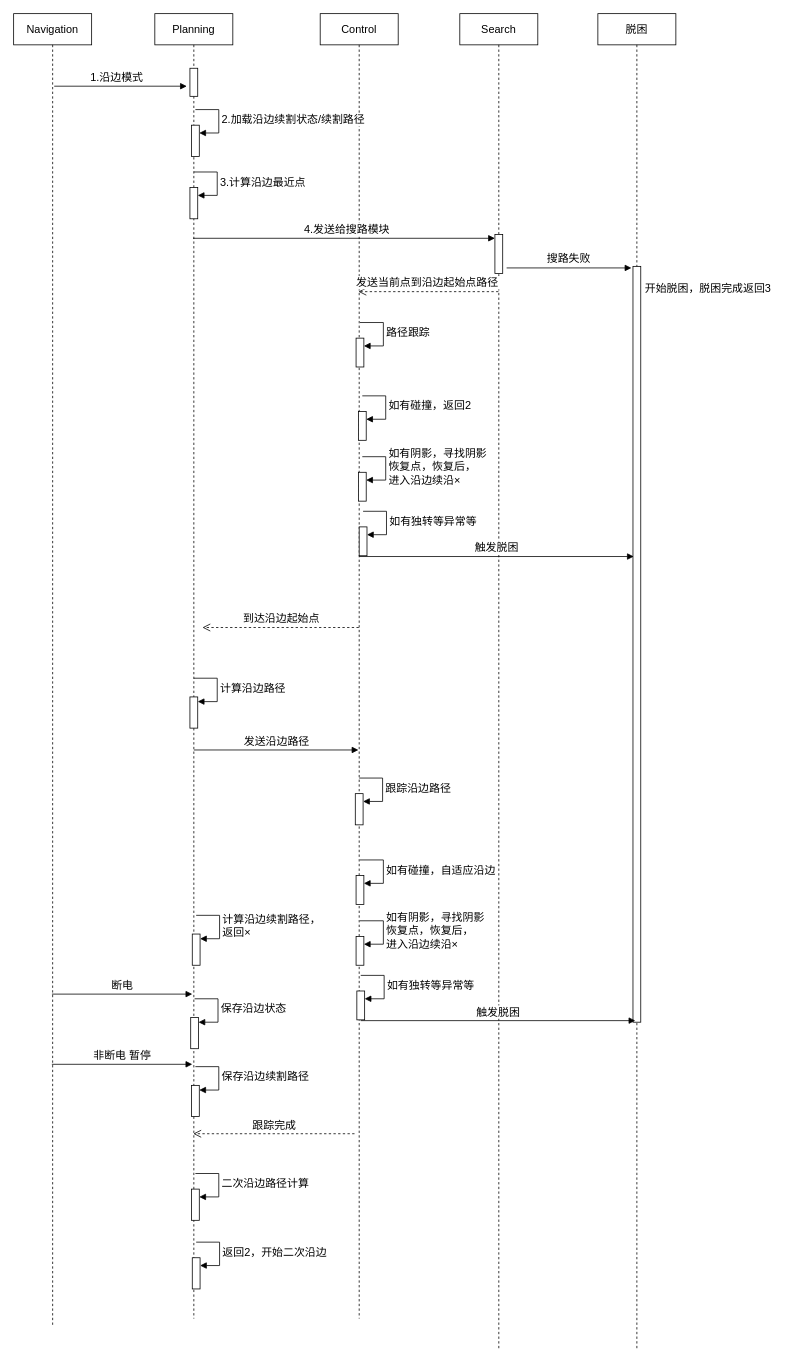
This is rtk_side_run.drawio from Hinson-A/draw.io_file, a draw.io file, before an edit. Source tidied: cells renumbered, new cells numbered last; positions are measured from the earlier drawing's top-left corner, leaving out a move shared by most shapes. Both pictures are drawn from the tidied source at 78%, with x=0, y=0 at pixel (13, 13).
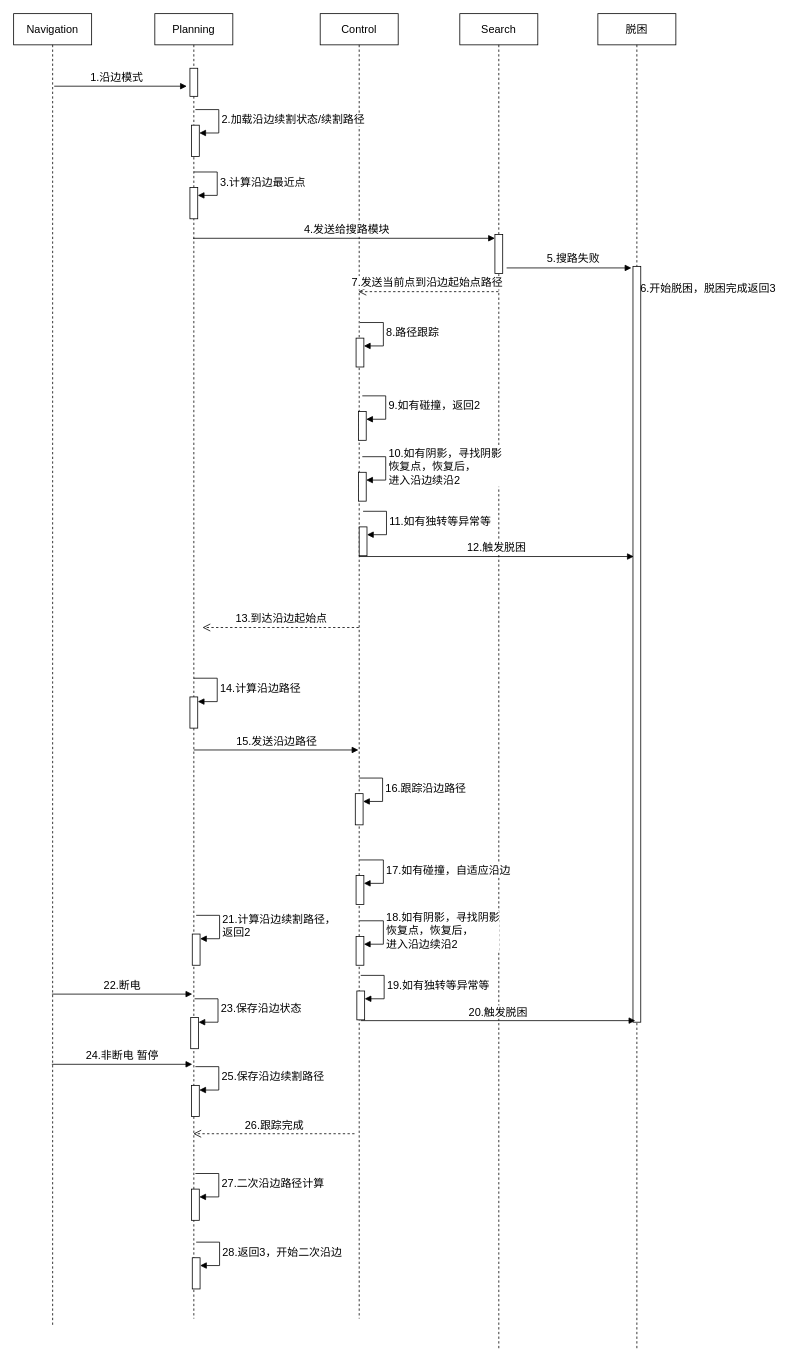
The same diagram, later.

The change refers to these unchanged cells:
```xml
<mxCell id="6" value="Control" style="shape=umlLifeline;perimeter=lifelinePerimeter;whiteSpace=wrap;html=1;newEdgeStyle={&quot;curved&quot;:0,&quot;rounded&quot;:0};fontSize=14;" parent="1" vertex="1">
  <mxGeometry x="393" width="100" height="1673" as="geometry" />
</mxCell>
<mxCell id="7" style="html=1;points=[[0,0,0,0,5],[0,1,0,0,-5],[1,0,0,0,5],[1,1,0,0,-5]];perimeter=orthogonalPerimeter;outlineConnect=0;targetShapes=umlLifeline;portConstraint=eastwest;newEdgeStyle={&quot;curved&quot;:0,&quot;rounded&quot;:0};fontSize=14;" parent="6" vertex="1">
  <mxGeometry x="46" y="416" width="10" height="37" as="geometry" />
</mxCell>
<mxCell id="17" style="endArrow=block;endFill=1;html=1;edgeStyle=orthogonalEdgeStyle;align=left;verticalAlign=top;rounded=0;fontSize=14;" parent="1" edge="1">
  <mxGeometry x="-1" relative="1" as="geometry">
    <mxPoint x="632" y="326" as="sourcePoint" />
    <mxPoint x="792" y="326" as="targetPoint" />
  </mxGeometry>
</mxCell>
<mxCell id="25" style="html=1;points=[[0,0,0,0,5],[0,1,0,0,-5],[1,0,0,0,5],[1,1,0,0,-5]];perimeter=orthogonalPerimeter;outlineConnect=0;targetShapes=umlLifeline;portConstraint=eastwest;newEdgeStyle={&quot;curved&quot;:0,&quot;rounded&quot;:0};fontSize=14;" parent="1" vertex="1">
  <mxGeometry x="438" y="1000" width="10" height="40" as="geometry" />
</mxCell>
<mxCell id="29" style="html=1;points=[[0,0,0,0,5],[0,1,0,0,-5],[1,0,0,0,5],[1,1,0,0,-5]];perimeter=orthogonalPerimeter;outlineConnect=0;targetShapes=umlLifeline;portConstraint=eastwest;newEdgeStyle={&quot;curved&quot;:0,&quot;rounded&quot;:0};fontSize=14;" parent="1" vertex="1">
  <mxGeometry x="228" y="1507" width="10" height="40" as="geometry" />
</mxCell>
<mxCell id="31" style="html=1;points=[[0,0,0,0,5],[0,1,0,0,-5],[1,0,0,0,5],[1,1,0,0,-5]];perimeter=orthogonalPerimeter;outlineConnect=0;targetShapes=umlLifeline;portConstraint=eastwest;newEdgeStyle={&quot;curved&quot;:0,&quot;rounded&quot;:0};fontSize=14;" parent="1" vertex="1">
  <mxGeometry x="229" y="1595" width="10" height="40" as="geometry" />
</mxCell>
<mxCell id="33" style="html=1;points=[[0,0,0,0,5],[0,1,0,0,-5],[1,0,0,0,5],[1,1,0,0,-5]];perimeter=orthogonalPerimeter;outlineConnect=0;targetShapes=umlLifeline;portConstraint=eastwest;newEdgeStyle={&quot;curved&quot;:0,&quot;rounded&quot;:0};fontSize=14;" parent="1" vertex="1">
  <mxGeometry x="439" y="1105" width="10" height="37" as="geometry" />
</mxCell>
<mxCell id="35" style="html=1;points=[[0,0,0,0,5],[0,1,0,0,-5],[1,0,0,0,5],[1,1,0,0,-5]];perimeter=orthogonalPerimeter;outlineConnect=0;targetShapes=umlLifeline;portConstraint=eastwest;newEdgeStyle={&quot;curved&quot;:0,&quot;rounded&quot;:0};fontSize=14;" parent="1" vertex="1">
  <mxGeometry x="439" y="1183" width="10" height="37" as="geometry" />
</mxCell>
<mxCell id="37" style="html=1;points=[[0,0,0,0,5],[0,1,0,0,-5],[1,0,0,0,5],[1,1,0,0,-5]];perimeter=orthogonalPerimeter;outlineConnect=0;targetShapes=umlLifeline;portConstraint=eastwest;newEdgeStyle={&quot;curved&quot;:0,&quot;rounded&quot;:0};fontSize=14;" parent="1" vertex="1">
  <mxGeometry x="440" y="1253" width="10" height="37" as="geometry" />
</mxCell>
<mxCell id="40" style="html=1;points=[[0,0,0,0,5],[0,1,0,0,-5],[1,0,0,0,5],[1,1,0,0,-5]];perimeter=orthogonalPerimeter;outlineConnect=0;targetShapes=umlLifeline;portConstraint=eastwest;newEdgeStyle={&quot;curved&quot;:0,&quot;rounded&quot;:0};fontSize=14;" parent="1" vertex="1">
  <mxGeometry x="442" y="510" width="10" height="37" as="geometry" />
</mxCell>
<mxCell id="42" style="html=1;points=[[0,0,0,0,5],[0,1,0,0,-5],[1,0,0,0,5],[1,1,0,0,-5]];perimeter=orthogonalPerimeter;outlineConnect=0;targetShapes=umlLifeline;portConstraint=eastwest;newEdgeStyle={&quot;curved&quot;:0,&quot;rounded&quot;:0};fontSize=14;" parent="1" vertex="1">
  <mxGeometry x="442" y="588" width="10" height="37" as="geometry" />
</mxCell>
<mxCell id="44" style="html=1;points=[[0,0,0,0,5],[0,1,0,0,-5],[1,0,0,0,5],[1,1,0,0,-5]];perimeter=orthogonalPerimeter;outlineConnect=0;targetShapes=umlLifeline;portConstraint=eastwest;newEdgeStyle={&quot;curved&quot;:0,&quot;rounded&quot;:0};fontSize=14;" parent="1" vertex="1">
  <mxGeometry x="443" y="658" width="10" height="37" as="geometry" />
</mxCell>
```

Diff of the diagram source:
```diff
@@
-    <mxCell id="8" value="路径跟踪" style="html=1;align=left;spacingLeft=2;endArrow=block;rounded=0;edgeStyle=orthogonalEdgeStyle;curved=0;rounded=0;fontSize=14;" parent="6" edge="1" target="7">
+    <mxCell id="8" value="8.路径跟踪" style="html=1;align=left;spacingLeft=2;endArrow=block;rounded=0;edgeStyle=orthogonalEdgeStyle;curved=0;rounded=0;fontSize=14;" parent="6" edge="1" target="7">
       <mxGeometry relative="1" as="geometry">
         <mxPoint x="51" y="396" as="sourcePoint" />
         <Array as="points">
           <mxPoint x="81" y="426" />
         </Array>
       </mxGeometry>
     </mxCell>
@@
-    <mxCell id="18" value="搜路失败" style="edgeLabel;html=1;align=left;verticalAlign=bottom;fontSize=14;" parent="17" vertex="1">
+    <mxCell id="18" value="5.搜路失败" style="edgeLabel;html=1;align=left;verticalAlign=bottom;fontSize=14;" parent="17" vertex="1">
       <mxGeometry x="-1" relative="1" as="geometry">
         <mxPoint x="50" y="-2" as="offset" />
       </mxGeometry>
     </mxCell>
-    <mxCell id="19" value="开始脱困，脱困完成返回3" style="text;html=1;align=center;verticalAlign=middle;strokeColor=none;fillColor=none;fontSize=14;" parent="1" vertex="1">
-      <mxGeometry x="795" y="337" width="190" height="30" as="geometry" />
+    <mxCell id="19" value="6.开始脱困，脱困完成返回3" style="text;html=1;align=center;verticalAlign=middle;strokeColor=none;fillColor=none;fontSize=14;" parent="1" vertex="1">
+      <mxGeometry x="790" y="337" width="200" height="30" as="geometry" />
     </mxCell>
-    <mxCell id="20" value="发送当前点到沿边起始点路径&amp;nbsp;" style="html=1;verticalAlign=bottom;endArrow=open;dashed=1;endSize=8;curved=0;rounded=0;fontSize=14;" parent="1" edge="1">
+    <mxCell id="20" value="7.发送当前点到沿边起始点路径&amp;nbsp;" style="html=1;verticalAlign=bottom;endArrow=open;dashed=1;endSize=8;curved=0;rounded=0;fontSize=14;" parent="1" edge="1">
       <mxGeometry relative="1" as="geometry">
         <mxPoint x="621.5" y="356.4" as="sourcePoint" />
         <mxPoint x="442" y="356.4" as="targetPoint" />
       </mxGeometry>
     </mxCell>
-    <mxCell id="21" value="到达沿边起始点" style="html=1;verticalAlign=bottom;endArrow=open;dashed=1;endSize=8;curved=0;rounded=0;fontSize=14;" parent="1" edge="1">
+    <mxCell id="21" value="13.到达沿边起始点" style="html=1;verticalAlign=bottom;endArrow=open;dashed=1;endSize=8;curved=0;rounded=0;fontSize=14;" parent="1" edge="1">
       <mxGeometry relative="1" as="geometry">
         <mxPoint x="442.5" y="787" as="sourcePoint" />
         <mxPoint x="242" y="787" as="targetPoint" />
       </mxGeometry>
     </mxCell>
@@
-    <mxCell id="23" value="计算沿边路径" style="html=1;align=left;spacingLeft=2;endArrow=block;rounded=0;edgeStyle=orthogonalEdgeStyle;curved=0;rounded=0;fontSize=14;" parent="1" edge="1">
+    <mxCell id="23" value="14.计算沿边路径" style="html=1;align=left;spacingLeft=2;endArrow=block;rounded=0;edgeStyle=orthogonalEdgeStyle;curved=0;rounded=0;fontSize=14;" parent="1" edge="1">
       <mxGeometry relative="1" as="geometry">
         <mxPoint x="231" y="852" as="sourcePoint" />
         <mxPoint x="236" y="882" as="targetPoint" />
         <Array as="points">
           <mxPoint x="261" y="882" />
         </Array>
       </mxGeometry>
     </mxCell>
-    <mxCell id="24" value="发送沿边路径" style="html=1;verticalAlign=bottom;endArrow=block;curved=0;rounded=0;fontSize=14;" parent="1" edge="1">
+    <mxCell id="24" value="15.发送沿边路径" style="html=1;verticalAlign=bottom;endArrow=block;curved=0;rounded=0;fontSize=14;" parent="1" edge="1">
       <mxGeometry relative="1" as="geometry">
         <mxPoint x="231" y="944" as="sourcePoint" />
         <mxPoint x="442" y="944" as="targetPoint" />
       </mxGeometry>
     </mxCell>
@@
-    <mxCell id="26" value="跟踪沿边路径" style="html=1;align=left;spacingLeft=2;endArrow=block;rounded=0;edgeStyle=orthogonalEdgeStyle;curved=0;rounded=0;fontSize=14;" parent="1" edge="1" target="25">
+    <mxCell id="26" value="16.跟踪沿边路径" style="html=1;align=left;spacingLeft=2;endArrow=block;rounded=0;edgeStyle=orthogonalEdgeStyle;curved=0;rounded=0;fontSize=14;" parent="1" edge="1" target="25">
       <mxGeometry relative="1" as="geometry">
         <mxPoint x="443" y="980" as="sourcePoint" />
         <Array as="points">
           <mxPoint x="473" y="1010" />
         </Array>
       </mxGeometry>
     </mxCell>
-    <mxCell id="27" value="跟踪完成" style="html=1;verticalAlign=bottom;endArrow=open;dashed=1;endSize=8;curved=0;rounded=0;fontSize=14;" parent="1" edge="1">
+    <mxCell id="27" value="26.跟踪完成" style="html=1;verticalAlign=bottom;endArrow=open;dashed=1;endSize=8;curved=0;rounded=0;fontSize=14;" parent="1" edge="1">
       <mxGeometry relative="1" as="geometry">
         <mxPoint x="437" y="1436" as="sourcePoint" />
         <mxPoint x="230.3" y="1436" as="targetPoint" />
       </mxGeometry>
     </mxCell>
@@
-    <mxCell id="30" value="二次沿边路径计算" style="html=1;align=left;spacingLeft=2;endArrow=block;rounded=0;edgeStyle=orthogonalEdgeStyle;curved=0;rounded=0;fontSize=14;" parent="1" edge="1" target="29">
+    <mxCell id="30" value="27.二次沿边路径计算" style="html=1;align=left;spacingLeft=2;endArrow=block;rounded=0;edgeStyle=orthogonalEdgeStyle;curved=0;rounded=0;fontSize=14;" parent="1" edge="1" target="29">
       <mxGeometry relative="1" as="geometry">
         <mxPoint x="233" y="1487" as="sourcePoint" />
         <Array as="points">
           <mxPoint x="263" y="1517" />
         </Array>
       </mxGeometry>
     </mxCell>
@@
-    <mxCell id="32" value="返回2，开始二次沿边" style="html=1;align=left;spacingLeft=2;endArrow=block;rounded=0;edgeStyle=orthogonalEdgeStyle;curved=0;rounded=0;fontSize=14;" parent="1" edge="1" target="31">
+    <mxCell id="32" value="28.返回3，开始二次沿边" style="html=1;align=left;spacingLeft=2;endArrow=block;rounded=0;edgeStyle=orthogonalEdgeStyle;curved=0;rounded=0;fontSize=14;" parent="1" edge="1" target="31">
       <mxGeometry relative="1" as="geometry">
         <mxPoint x="234" y="1575" as="sourcePoint" />
         <Array as="points">
           <mxPoint x="264" y="1605" />
         </Array>
       </mxGeometry>
     </mxCell>
@@
-    <mxCell id="34" value="如有碰撞，自适应沿边" style="html=1;align=left;spacingLeft=2;endArrow=block;rounded=0;edgeStyle=orthogonalEdgeStyle;curved=0;rounded=0;fontSize=14;" parent="1" edge="1" target="33">
+    <mxCell id="34" value="17.如有碰撞，自适应沿边" style="html=1;align=left;spacingLeft=2;endArrow=block;rounded=0;edgeStyle=orthogonalEdgeStyle;curved=0;rounded=0;fontSize=14;" parent="1" edge="1" target="33">
       <mxGeometry relative="1" as="geometry">
         <mxPoint x="444" y="1085" as="sourcePoint" />
         <Array as="points">
           <mxPoint x="474" y="1115" />
         </Array>
       </mxGeometry>
     </mxCell>
@@
-    <mxCell id="36" value="如有阴影，寻找阴影&lt;br&gt;恢复点，恢复后，&lt;br&gt;进入沿边续沿×" style="html=1;align=left;spacingLeft=2;endArrow=block;rounded=0;edgeStyle=orthogonalEdgeStyle;curved=0;rounded=0;fontSize=14;" parent="1" edge="1" target="35">
+    <mxCell id="36" value="18.如有阴影，寻找阴影&lt;br&gt;恢复点，恢复后，&lt;br&gt;进入沿边续沿2" style="html=1;align=left;spacingLeft=2;endArrow=block;rounded=0;edgeStyle=orthogonalEdgeStyle;curved=0;rounded=0;fontSize=14;" parent="1" edge="1" target="35">
       <mxGeometry relative="1" as="geometry">
         <mxPoint x="444" y="1163" as="sourcePoint" />
         <Array as="points">
           <mxPoint x="474" y="1193" />
         </Array>
       </mxGeometry>
     </mxCell>
@@
-    <mxCell id="38" value="如有独转等异常等" style="html=1;align=left;spacingLeft=2;endArrow=block;rounded=0;edgeStyle=orthogonalEdgeStyle;curved=0;rounded=0;fontSize=14;" parent="1" edge="1" target="37">
+    <mxCell id="38" value="19.如有独转等异常等" style="html=1;align=left;spacingLeft=2;endArrow=block;rounded=0;edgeStyle=orthogonalEdgeStyle;curved=0;rounded=0;fontSize=14;" parent="1" edge="1" target="37">
       <mxGeometry relative="1" as="geometry">
         <mxPoint x="445" y="1233" as="sourcePoint" />
         <Array as="points">
           <mxPoint x="475" y="1263" />
         </Array>
       </mxGeometry>
     </mxCell>
-    <mxCell id="39" value="触发脱困" style="html=1;verticalAlign=bottom;endArrow=block;curved=0;rounded=0;fontSize=14;" parent="1" edge="1">
+    <mxCell id="39" value="20.触发脱困" style="html=1;verticalAlign=bottom;endArrow=block;curved=0;rounded=0;fontSize=14;" parent="1" edge="1">
       <mxGeometry relative="1" as="geometry">
         <mxPoint x="445" y="1291" as="sourcePoint" />
         <mxPoint x="797" y="1291" as="targetPoint" />
       </mxGeometry>
     </mxCell>
@@
-    <mxCell id="41" value="如有碰撞，返回2" style="html=1;align=left;spacingLeft=2;endArrow=block;rounded=0;edgeStyle=orthogonalEdgeStyle;curved=0;rounded=0;fontSize=14;" parent="1" edge="1" target="40">
+    <mxCell id="41" value="9.如有碰撞，返回2" style="html=1;align=left;spacingLeft=2;endArrow=block;rounded=0;edgeStyle=orthogonalEdgeStyle;curved=0;rounded=0;fontSize=14;" parent="1" edge="1" target="40">
       <mxGeometry relative="1" as="geometry">
         <mxPoint x="447" y="490" as="sourcePoint" />
         <Array as="points">
           <mxPoint x="477" y="520" />
         </Array>
       </mxGeometry>
     </mxCell>
@@
-    <mxCell id="43" value="如有阴影，寻找阴影&lt;br&gt;恢复点，恢复后，&lt;br&gt;进入沿边续沿×" style="html=1;align=left;spacingLeft=2;endArrow=block;rounded=0;edgeStyle=orthogonalEdgeStyle;curved=0;rounded=0;fontSize=14;" parent="1" edge="1" target="42">
+    <mxCell id="43" value="10.如有阴影，寻找阴影&lt;br&gt;恢复点，恢复后，&lt;br&gt;进入沿边续沿2" style="html=1;align=left;spacingLeft=2;endArrow=block;rounded=0;edgeStyle=orthogonalEdgeStyle;curved=0;rounded=0;fontSize=14;" parent="1" edge="1" target="42">
       <mxGeometry relative="1" as="geometry">
         <mxPoint x="447" y="568" as="sourcePoint" />
         <Array as="points">
           <mxPoint x="477" y="598" />
         </Array>
       </mxGeometry>
     </mxCell>
@@
-    <mxCell id="45" value="如有独转等异常等" style="html=1;align=left;spacingLeft=2;endArrow=block;rounded=0;edgeStyle=orthogonalEdgeStyle;curved=0;rounded=0;fontSize=14;" parent="1" edge="1" target="44">
+    <mxCell id="45" value="11.如有独转等异常等" style="html=1;align=left;spacingLeft=2;endArrow=block;rounded=0;edgeStyle=orthogonalEdgeStyle;curved=0;rounded=0;fontSize=14;" parent="1" edge="1" target="44">
       <mxGeometry relative="1" as="geometry">
         <mxPoint x="448" y="638" as="sourcePoint" />
         <Array as="points">
           <mxPoint x="478" y="668" />
         </Array>
       </mxGeometry>
     </mxCell>
-    <mxCell id="46" value="触发脱困" style="html=1;verticalAlign=bottom;endArrow=block;curved=0;rounded=0;fontSize=14;" parent="1" edge="1">
+    <mxCell id="46" value="12.触发脱困" style="html=1;verticalAlign=bottom;endArrow=block;curved=0;rounded=0;fontSize=14;" parent="1" edge="1">
       <mxGeometry relative="1" as="geometry">
         <mxPoint x="443" y="696" as="sourcePoint" />
         <mxPoint x="795" y="696" as="targetPoint" />
       </mxGeometry>
     </mxCell>
@@
-    <mxCell id="48" value="计算沿边续割路径，&lt;br&gt;返回×" style="html=1;align=left;spacingLeft=2;endArrow=block;rounded=0;edgeStyle=orthogonalEdgeStyle;curved=0;rounded=0;fontSize=14;" parent="1" edge="1">
+    <mxCell id="48" value="21.计算沿边续割路径，&lt;br&gt;返回2" style="html=1;align=left;spacingLeft=2;endArrow=block;rounded=0;edgeStyle=orthogonalEdgeStyle;curved=0;rounded=0;fontSize=14;" parent="1" edge="1">
       <mxGeometry relative="1" as="geometry">
         <mxPoint x="234" y="1156" as="sourcePoint" />
         <mxPoint x="239" y="1186" as="targetPoint" />
         <Array as="points">
           <mxPoint x="264" y="1186" />
         </Array>
       </mxGeometry>
     </mxCell>
@@
-    <mxCell id="52" value="保存沿边状态" style="html=1;align=left;spacingLeft=2;endArrow=block;rounded=0;edgeStyle=orthogonalEdgeStyle;curved=0;rounded=0;fontSize=14;" parent="1" edge="1">
+    <mxCell id="52" value="23.保存沿边状态" style="html=1;align=left;spacingLeft=2;endArrow=block;rounded=0;edgeStyle=orthogonalEdgeStyle;curved=0;rounded=0;fontSize=14;" parent="1" edge="1">
       <mxGeometry relative="1" as="geometry">
         <mxPoint x="232" y="1263" as="sourcePoint" />
         <mxPoint x="237" y="1293" as="targetPoint" />
         <Array as="points">
           <mxPoint x="262" y="1293" />
         </Array>
       </mxGeometry>
     </mxCell>
@@
-    <mxCell id="54" value="保存沿边续割路径" style="html=1;align=left;spacingLeft=2;endArrow=block;rounded=0;edgeStyle=orthogonalEdgeStyle;curved=0;rounded=0;fontSize=14;" parent="1" edge="1">
+    <mxCell id="54" value="25.保存沿边续割路径" style="html=1;align=left;spacingLeft=2;endArrow=block;rounded=0;edgeStyle=orthogonalEdgeStyle;curved=0;rounded=0;fontSize=14;" parent="1" edge="1">
       <mxGeometry relative="1" as="geometry">
         <mxPoint x="233" y="1350" as="sourcePoint" />
         <mxPoint x="238" y="1380" as="targetPoint" />
         <Array as="points">
           <mxPoint x="263" y="1380" />
         </Array>
       </mxGeometry>
     </mxCell>
-    <mxCell id="55" value="断电" style="html=1;verticalAlign=bottom;endArrow=block;curved=0;rounded=0;fontSize=14;" parent="1" edge="1">
+    <mxCell id="55" value="22.断电" style="html=1;verticalAlign=bottom;endArrow=block;curved=0;rounded=0;fontSize=14;" parent="1" edge="1">
       <mxGeometry relative="1" as="geometry">
         <mxPoint x="49.1" y="1257" as="sourcePoint" />
         <mxPoint x="229" y="1257" as="targetPoint" />
       </mxGeometry>
     </mxCell>
-    <mxCell id="56" value="非断电 暂停" style="html=1;verticalAlign=bottom;endArrow=block;curved=0;rounded=0;fontSize=14;" parent="1" edge="1">
+    <mxCell id="56" value="24.非断电 暂停" style="html=1;verticalAlign=bottom;endArrow=block;curved=0;rounded=0;fontSize=14;" parent="1" edge="1">
       <mxGeometry relative="1" as="geometry">
         <mxPoint x="49" y="1347" as="sourcePoint" />
         <mxPoint x="229" y="1347" as="targetPoint" />
       </mxGeometry>
     </mxCell>
```
